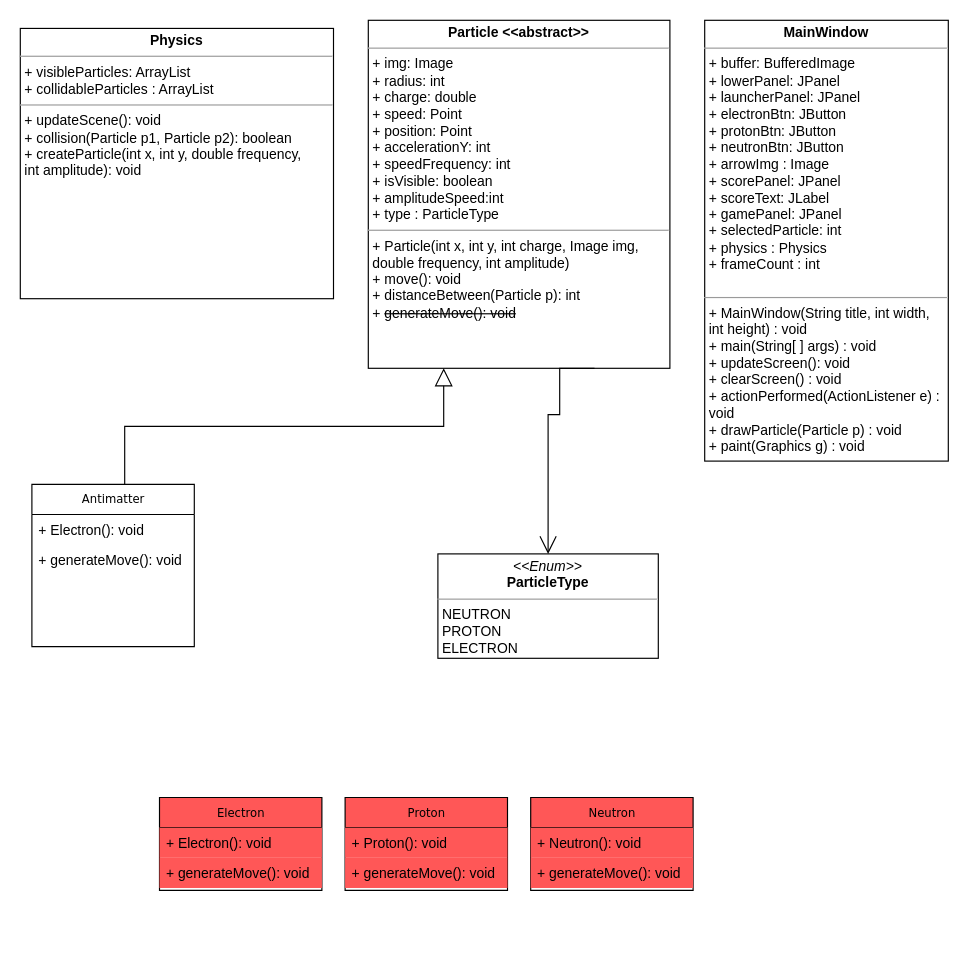
Above: DiagrammeUML.drawio in Iman974/Algo_Proj2A (draw.io), before the change. Source tidied: cells renumbered, new cells numbered last; positions are measured from the earlier drawing's top-left corner, leaving out a move shared by most shapes. Both pictures are drawn from the tidied source at 116%, with x=0, y=0 at pixel (20, 20).
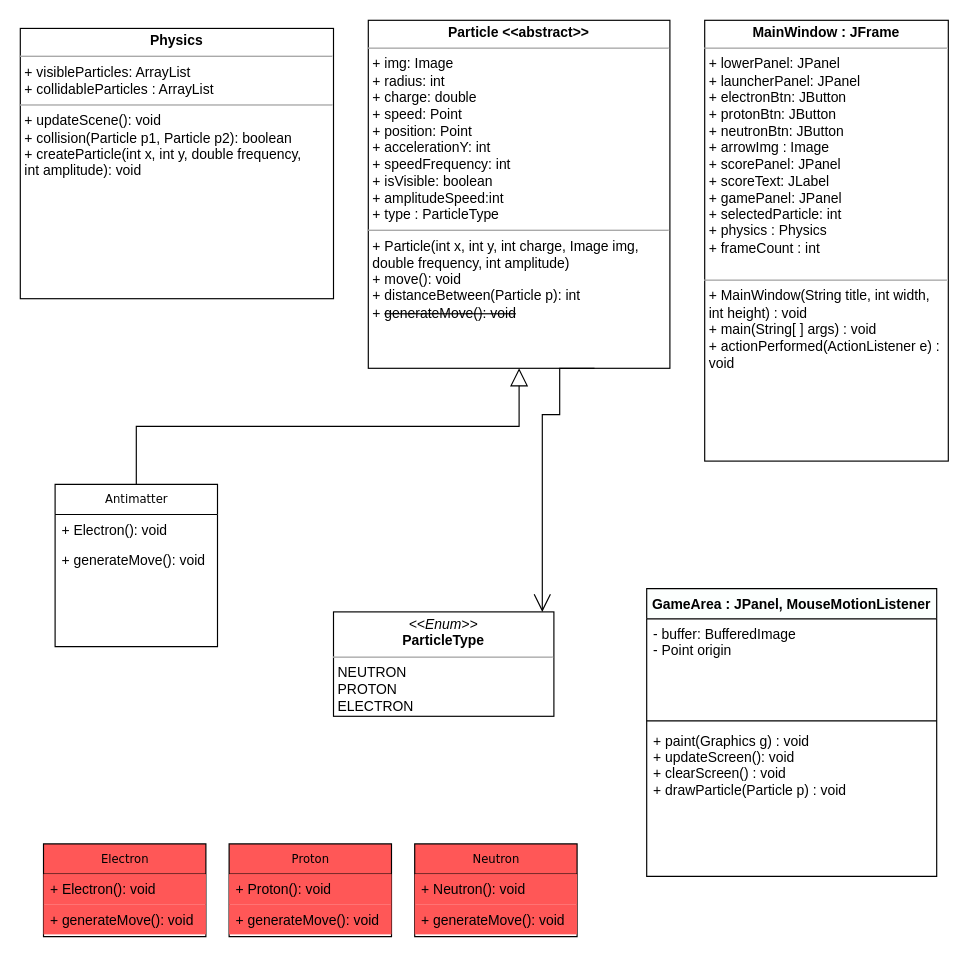
The same page after the edit.

Commit message:
Update Diagram UML #2

Unchanged cells that the change refers to:
```xml
<mxCell id="6" value="&lt;p style=&quot;margin: 0px ; margin-top: 4px ; text-align: center&quot;&gt;&lt;b&gt;Particle &amp;lt;&amp;lt;abstract&amp;gt;&amp;gt;&lt;/b&gt;&lt;/p&gt;&lt;hr size=&quot;1&quot;&gt;&lt;p style=&quot;margin: 0px ; margin-left: 4px&quot;&gt;+ img: Image&lt;br&gt;+ radius: int&lt;/p&gt;&lt;p style=&quot;margin: 0px ; margin-left: 4px&quot;&gt;+ charge: double&lt;/p&gt;&lt;p style=&quot;margin: 0px ; margin-left: 4px&quot;&gt;+ speed: Point&lt;/p&gt;&lt;p style=&quot;margin: 0px ; margin-left: 4px&quot;&gt;+ position: Point&lt;/p&gt;&lt;p style=&quot;margin: 0px ; margin-left: 4px&quot;&gt;+ accelerationY: int&lt;/p&gt;&lt;p style=&quot;margin: 0px ; margin-left: 4px&quot;&gt;+ speedFrequency: int&lt;/p&gt;&lt;p style=&quot;margin: 0px ; margin-left: 4px&quot;&gt;+ isVisible: boolean&lt;/p&gt;&lt;p style=&quot;margin: 0px ; margin-left: 4px&quot;&gt;+ amplitudeSpeed:int&lt;/p&gt;&lt;p style=&quot;margin: 0px ; margin-left: 4px&quot;&gt;+ type : ParticleType&lt;/p&gt;&lt;hr size=&quot;1&quot;&gt;&lt;p style=&quot;margin: 0px ; margin-left: 4px&quot;&gt;+ Particle(int x, int y, int charge, Image img,&lt;/p&gt;&lt;p style=&quot;margin: 0px ; margin-left: 4px&quot;&gt;&lt;span&gt;double frequency, int amplitude)&lt;/span&gt;&lt;/p&gt;&lt;p style=&quot;margin: 0px ; margin-left: 4px&quot;&gt;+ move(): void&lt;br&gt;+ distanceBetween(Particle p): int&lt;/p&gt;&lt;p style=&quot;margin: 0px ; margin-left: 4px&quot;&gt;+&amp;nbsp;&lt;strike&gt;generateMove(): void&lt;/strike&gt;&lt;/p&gt;" style="verticalAlign=top;align=left;overflow=fill;fontSize=12;fontFamily=Helvetica;html=1;rounded=0;shadow=0;comic=0;labelBackgroundColor=none;strokeWidth=1;" parent="1" vertex="1">
  <mxGeometry x="300" width="260" height="300" as="geometry" />
</mxCell>
```

Diff of the diagram source:
```diff
@@
     <mxCell id="2" value="Neutron" style="swimlane;html=1;fontStyle=0;horizontal=1;startSize=26;fillColor=#FF5757;swimlaneFillColor=#ffffff;rounded=0;shadow=0;comic=0;labelBackgroundColor=none;strokeWidth=1;fontFamily=Verdana;fontSize=10;align=center;" parent="1" vertex="1">
-      <mxGeometry x="440" y="670" width="140" height="80" as="geometry" />
+      <mxGeometry x="340" y="710" width="140" height="80" as="geometry" />
     </mxCell>
@@
-    <mxCell id="7" value="&lt;p style=&quot;margin: 0px ; margin-top: 4px ; text-align: center&quot;&gt;&lt;b&gt;MainWindow&lt;/b&gt;&lt;/p&gt;&lt;hr size=&quot;1&quot;&gt;&lt;p style=&quot;margin: 0px ; margin-left: 4px&quot;&gt;+ buffer: BufferedImage&lt;br&gt;+ lowerPanel: JPanel&lt;/p&gt;&lt;p style=&quot;margin: 0px ; margin-left: 4px&quot;&gt;+ launcherPanel: JPanel&lt;/p&gt;&lt;p style=&quot;margin: 0px ; margin-left: 4px&quot;&gt;+ electronBtn: JButton&lt;/p&gt;&lt;p style=&quot;margin: 0px ; margin-left: 4px&quot;&gt;+ protonBtn: JButton&lt;/p&gt;&lt;p style=&quot;margin: 0px ; margin-left: 4px&quot;&gt;+ neutronBtn: JButton&lt;/p&gt;&lt;p style=&quot;margin: 0px ; margin-left: 4px&quot;&gt;+ arrowImg : Image&lt;/p&gt;&lt;p style=&quot;margin: 0px ; margin-left: 4px&quot;&gt;+ scorePanel: JPanel&lt;/p&gt;&lt;p style=&quot;margin: 0px ; margin-left: 4px&quot;&gt;+ scoreText: JLabel&lt;/p&gt;&lt;p style=&quot;margin: 0px ; margin-left: 4px&quot;&gt;+ gamePanel: JPanel&lt;/p&gt;&lt;p style=&quot;margin: 0px ; margin-left: 4px&quot;&gt;+ selectedParticle: int&lt;/p&gt;&lt;p style=&quot;margin: 0px ; margin-left: 4px&quot;&gt;+ physics : Physics&lt;/p&gt;&lt;p style=&quot;margin: 0px ; margin-left: 4px&quot;&gt;+ frameCount : int&lt;/p&gt;&lt;p style=&quot;margin: 0px ; margin-left: 4px&quot;&gt;&lt;br&gt;&lt;/p&gt;&lt;hr size=&quot;1&quot;&gt;&lt;p style=&quot;margin: 0px ; margin-left: 4px&quot;&gt;+ MainWindow(String title, int width,&lt;/p&gt;&lt;p style=&quot;margin: 0px ; margin-left: 4px&quot;&gt;int height) : void&lt;/p&gt;&lt;p style=&quot;margin: 0px ; margin-left: 4px&quot;&gt;+ main(String[ ] args) : void&lt;/p&gt;&lt;p style=&quot;margin: 0px ; margin-left: 4px&quot;&gt;+ updateScreen(): void&lt;br&gt;&lt;/p&gt;&lt;p style=&quot;margin: 0px ; margin-left: 4px&quot;&gt;+ clearScreen() : void&lt;/p&gt;&lt;p style=&quot;margin: 0px ; margin-left: 4px&quot;&gt;+ actionPerformed(ActionListener e) :&lt;br&gt;void&lt;/p&gt;&lt;p style=&quot;margin: 0px ; margin-left: 4px&quot;&gt;+ drawParticle(Particle p) : void&lt;/p&gt;&lt;p style=&quot;margin: 0px ; margin-left: 4px&quot;&gt;+ paint(Graphics g) : void&lt;/p&gt;" style="verticalAlign=top;align=left;overflow=fill;fontSize=12;fontFamily=Helvetica;html=1;rounded=0;shadow=0;comic=0;labelBackgroundColor=none;strokeWidth=1;" parent="1" vertex="1">
+    <mxCell id="7" value="&lt;p style=&quot;margin: 0px ; margin-top: 4px ; text-align: center&quot;&gt;&lt;b&gt;MainWindow : JFrame&lt;/b&gt;&lt;/p&gt;&lt;hr size=&quot;1&quot;&gt;&lt;p style=&quot;margin: 0px ; margin-left: 4px&quot;&gt;+ lowerPanel: JPanel&lt;/p&gt;&lt;p style=&quot;margin: 0px ; margin-left: 4px&quot;&gt;+ launcherPanel: JPanel&lt;/p&gt;&lt;p style=&quot;margin: 0px ; margin-left: 4px&quot;&gt;+ electronBtn: JButton&lt;/p&gt;&lt;p style=&quot;margin: 0px ; margin-left: 4px&quot;&gt;+ protonBtn: JButton&lt;/p&gt;&lt;p style=&quot;margin: 0px ; margin-left: 4px&quot;&gt;+ neutronBtn: JButton&lt;/p&gt;&lt;p style=&quot;margin: 0px ; margin-left: 4px&quot;&gt;+ arrowImg : Image&lt;/p&gt;&lt;p style=&quot;margin: 0px ; margin-left: 4px&quot;&gt;+ scorePanel: JPanel&lt;/p&gt;&lt;p style=&quot;margin: 0px ; margin-left: 4px&quot;&gt;+ scoreText: JLabel&lt;/p&gt;&lt;p style=&quot;margin: 0px ; margin-left: 4px&quot;&gt;+ gamePanel: JPanel&lt;/p&gt;&lt;p style=&quot;margin: 0px ; margin-left: 4px&quot;&gt;+ selectedParticle: int&lt;/p&gt;&lt;p style=&quot;margin: 0px ; margin-left: 4px&quot;&gt;+ physics : Physics&lt;/p&gt;&lt;p style=&quot;margin: 0px ; margin-left: 4px&quot;&gt;+ frameCount : int&lt;/p&gt;&lt;p style=&quot;margin: 0px ; margin-left: 4px&quot;&gt;&lt;br&gt;&lt;/p&gt;&lt;hr size=&quot;1&quot;&gt;&lt;p style=&quot;margin: 0px ; margin-left: 4px&quot;&gt;+ MainWindow(String title, int width,&lt;/p&gt;&lt;p style=&quot;margin: 0px ; margin-left: 4px&quot;&gt;int height) : void&lt;/p&gt;&lt;p style=&quot;margin: 0px ; margin-left: 4px&quot;&gt;+ main(String[ ] args) : void&lt;/p&gt;&lt;p style=&quot;margin: 0px ; margin-left: 4px&quot;&gt;+ actionPerformed(ActionListener e) :&lt;br&gt;void&lt;/p&gt;" style="verticalAlign=top;align=left;overflow=fill;fontSize=12;fontFamily=Helvetica;html=1;rounded=0;shadow=0;comic=0;labelBackgroundColor=none;strokeWidth=1;" parent="1" vertex="1">
       <mxGeometry x="590" width="210" height="380" as="geometry" />
     </mxCell>
     <mxCell id="8" value="Proton" style="swimlane;html=1;fontStyle=0;horizontal=1;startSize=26;fillColor=#FF5757;swimlaneFillColor=#ffffff;rounded=0;shadow=0;comic=0;labelBackgroundColor=none;strokeWidth=1;fontFamily=Verdana;fontSize=10;align=center;" parent="1" vertex="1">
-      <mxGeometry x="280" y="670" width="140" height="80" as="geometry" />
+      <mxGeometry x="180" y="710" width="140" height="80" as="geometry" />
     </mxCell>
@@
     <mxCell id="11" value="Electron" style="swimlane;html=1;fontStyle=0;horizontal=1;startSize=26;fillColor=#FF5757;swimlaneFillColor=#ffffff;rounded=0;shadow=0;comic=0;labelBackgroundColor=none;strokeWidth=1;fontFamily=Verdana;fontSize=10;align=center;" parent="1" vertex="1">
-      <mxGeometry x="120" y="670" width="140" height="80" as="geometry" />
+      <mxGeometry x="20" y="710" width="140" height="80" as="geometry" />
     </mxCell>
@@
     <mxCell id="14" value="Antimatter" style="swimlane;html=1;fontStyle=0;horizontal=1;startSize=26;fillColor=none;swimlaneFillColor=#ffffff;rounded=0;shadow=0;comic=0;labelBackgroundColor=none;strokeWidth=1;fontFamily=Verdana;fontSize=10;align=center;" parent="1" vertex="1">
-      <mxGeometry x="10" y="400" width="140" height="140" as="geometry" />
+      <mxGeometry x="30" y="400" width="140" height="140" as="geometry" />
     </mxCell>
@@
     <mxCell id="17" value="&lt;p style=&quot;margin: 0px ; margin-top: 4px ; text-align: center&quot;&gt;&lt;i&gt;&amp;lt;&amp;lt;Enum&amp;gt;&amp;gt;&lt;/i&gt;&lt;br&gt;&lt;b&gt;ParticleType&lt;/b&gt;&lt;/p&gt;&lt;hr size=&quot;1&quot;&gt;&lt;p style=&quot;margin: 0px ; margin-left: 4px&quot;&gt;NEUTRON&lt;/p&gt;&lt;p style=&quot;margin: 0px ; margin-left: 4px&quot;&gt;PROTON&lt;br&gt;ELECTRON&lt;/p&gt;" style="verticalAlign=top;align=left;overflow=fill;fontSize=12;fontFamily=Helvetica;html=1;fillColor=#FFFFFF;noLabel=0;enumerate=0;" parent="1" vertex="1">
-      <mxGeometry x="360" y="460" width="190" height="90" as="geometry" />
+      <mxGeometry x="270" y="510" width="190" height="90" as="geometry" />
     </mxCell>
-    <mxCell id="18" style="edgeStyle=orthogonalEdgeStyle;rounded=0;jettySize=auto;html=1;entryX=0.25;entryY=1;entryDx=0;entryDy=0;endArrow=block;endFill=0;jumpSize=6;strokeWidth=1;endSize=13;" parent="1" edge="1" target="6">
+    <mxCell id="18" style="edgeStyle=orthogonalEdgeStyle;rounded=0;jettySize=auto;html=1;endArrow=block;endFill=0;jumpSize=6;strokeWidth=1;endSize=13;exitX=0.5;exitY=0;exitDx=0;exitDy=0;entryX=0.5;entryY=1;entryDx=0;entryDy=0;orthogonal=1;" parent="1" edge="1" source="14" target="6">
       <mxGeometry relative="1" as="geometry">
-        <mxPoint x="90" y="400" as="sourcePoint" />
         <Array as="points">
-          <mxPoint x="90" y="400" />
-          <mxPoint x="90" y="350" />
-          <mxPoint x="355" y="350" />
+          <mxPoint x="100" y="350" />
+          <mxPoint x="430" y="350" />
         </Array>
       </mxGeometry>
     </mxCell>
-    <mxCell id="19" style="edgeStyle=orthogonalEdgeStyle;rounded=0;jettySize=auto;html=1;entryX=0.75;entryY=1;entryDx=0;entryDy=0;endSize=0;exitX=0.5;exitY=0;exitDx=0;exitDy=0;endArrow=none;endFill=0;startArrow=open;startFill=0;targetPerimeterSpacing=0;startSize=13;" parent="1" edge="1" source="17" target="6">
+    <mxCell id="19" style="edgeStyle=orthogonalEdgeStyle;rounded=0;jettySize=auto;html=1;entryX=0.75;entryY=1;entryDx=0;entryDy=0;endSize=0;endArrow=none;endFill=0;startArrow=open;startFill=0;targetPerimeterSpacing=0;startSize=13;orthogonal=1;" parent="1" edge="1" source="17" target="6">
       <mxGeometry relative="1" as="geometry">
         <Array as="points">
-          <mxPoint x="455" y="340" />
+          <mxPoint x="450" y="340" />
           <mxPoint x="465" y="340" />
+          <mxPoint x="465" y="300" />
         </Array>
       </mxGeometry>
     </mxCell>
+    <mxCell id="20" value="GameArea : JPanel, MouseMotionListener" style="swimlane;fontStyle=1;align=center;verticalAlign=top;horizontal=1;startSize=26;fillColor=#FCFFFE;" parent="1" vertex="1">
+      <mxGeometry x="540" y="490" width="250" height="248" as="geometry" />
+    </mxCell>
+    <mxCell id="21" value="- buffer: BufferedImage&#10;- Point origin&#10;" style="text;strokeColor=none;fillColor=none;align=left;verticalAlign=top;spacingLeft=4;spacingRight=4;overflow=hidden;" parent="20" vertex="1">
+      <mxGeometry y="26" width="250" height="84" as="geometry" />
+    </mxCell>
+    <mxCell id="22" style="line;strokeWidth=1;fillColor=none;align=left;verticalAlign=middle;spacingTop=-1;spacingLeft=3;spacingRight=3;labelPosition=right;" parent="20" vertex="1">
+      <mxGeometry y="110" width="250" height="8" as="geometry" />
+    </mxCell>
+    <mxCell id="23" value="+ paint(Graphics g) : void&#10;+ updateScreen(): void&#10;+ clearScreen() : void&#10;+ drawParticle(Particle p) : void&#10;" style="text;strokeColor=none;fillColor=none;align=left;verticalAlign=top;spacingLeft=4;spacingRight=4;overflow=hidden;" parent="20" vertex="1">
+      <mxGeometry y="118" width="250" height="130" as="geometry" />
+    </mxCell>
```
